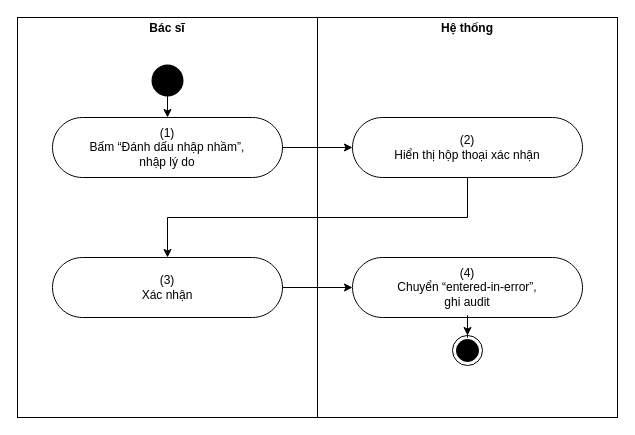
The draw.io diagram page "UC 31 Mark a document as entered in error" (4 of 4) of docs/02-requirements/srs/dist/diagrams/10-activity-documents.drawio in viethung12062005/smart-hospital-platform, before the edit. Source tidied: cells renumbered, new cells numbered last; positions are measured from the earlier drawing's top-left corner, leaving out a move shared by most shapes. Both pictures are drawn from the tidied source at 100%, with x=0, y=0 at pixel (17, 17).
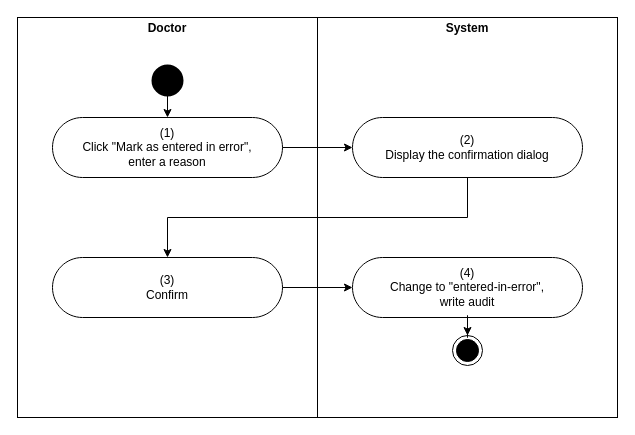
The same diagram, later.

The edit, as a diff of the source:
```diff
@@
 <mxGraphModel>
   <root>
     <mxCell id="0" />
     <mxCell id="1" parent="0" />
-    <mxCell id="2" value="&lt;p style=&quot;margin:0px;margin-top:4px;text-align:center&quot;&gt;&lt;b&gt;Bác sĩ&lt;/b&gt;&lt;/p&gt;" style="verticalAlign=top;align=left;overflow=fill;fontSize=12;fontFamily=Helvetica;html=1;rounded=0;shadow=0;strokeColor=#000000;gradientColor=none;whiteSpace=wrap;" parent="1" vertex="1">
+    <mxCell id="2" value="&lt;p style=&quot;margin:0px;margin-top:4px;text-align:center&quot;&gt;&lt;b&gt;Doctor&lt;/b&gt;&lt;/p&gt;" style="verticalAlign=top;align=left;overflow=fill;fontSize=12;fontFamily=Helvetica;html=1;rounded=0;shadow=0;strokeColor=#000000;gradientColor=none;whiteSpace=wrap;" parent="1" vertex="1">
       <mxGeometry width="300" height="400" as="geometry" />
     </mxCell>
-    <mxCell id="3" value="&lt;p style=&quot;margin:0px;margin-top:4px;text-align:center&quot;&gt;&lt;b&gt;Hệ thống&lt;/b&gt;&lt;/p&gt;" style="verticalAlign=top;align=left;overflow=fill;fontSize=12;fontFamily=Helvetica;html=1;rounded=0;shadow=0;strokeColor=#000000;gradientColor=none;whiteSpace=wrap;" parent="1" vertex="1">
+    <mxCell id="3" value="&lt;p style=&quot;margin:0px;margin-top:4px;text-align:center&quot;&gt;&lt;b&gt;System&lt;/b&gt;&lt;/p&gt;" style="verticalAlign=top;align=left;overflow=fill;fontSize=12;fontFamily=Helvetica;html=1;rounded=0;shadow=0;strokeColor=#000000;gradientColor=none;whiteSpace=wrap;" parent="1" vertex="1">
       <mxGeometry x="300" width="300" height="400" as="geometry" />
     </mxCell>
-    <mxCell id="4" value="(1)&lt;br&gt;Bấm “Đánh dấu nhập nhầm”,&lt;br&gt;nhập lý do" style="html=1;dashed=0;whitespace=wrap;shape=mxgraph.dfd.start;rounded=0;shadow=0;strokeColor=#000000;gradientColor=none;whiteSpace=wrap;fontSize=12;" parent="1" vertex="1">
+    <mxCell id="4" value="(1)&lt;br&gt;Click &amp;quot;Mark as entered in error&amp;quot;,&lt;br&gt;enter a reason" style="html=1;dashed=0;whitespace=wrap;shape=mxgraph.dfd.start;rounded=0;shadow=0;strokeColor=#000000;gradientColor=none;whiteSpace=wrap;fontSize=12;" parent="1" vertex="1">
       <mxGeometry x="35" y="100" width="230" height="60" as="geometry" />
     </mxCell>
-    <mxCell id="5" value="(2)&lt;br&gt;Hiển thị hộp thoại xác nhận" style="html=1;dashed=0;whitespace=wrap;shape=mxgraph.dfd.start;rounded=0;shadow=0;strokeColor=#000000;gradientColor=none;whiteSpace=wrap;fontSize=12;" parent="1" vertex="1">
+    <mxCell id="5" value="(2)&lt;br&gt;Display the confirmation dialog" style="html=1;dashed=0;whitespace=wrap;shape=mxgraph.dfd.start;rounded=0;shadow=0;strokeColor=#000000;gradientColor=none;whiteSpace=wrap;fontSize=12;" parent="1" vertex="1">
       <mxGeometry x="335" y="100" width="230" height="60" as="geometry" />
     </mxCell>
-    <mxCell id="6" value="(3)&lt;br&gt;Xác nhận" style="html=1;dashed=0;whitespace=wrap;shape=mxgraph.dfd.start;rounded=0;shadow=0;strokeColor=#000000;gradientColor=none;whiteSpace=wrap;fontSize=12;" parent="1" vertex="1">
+    <mxCell id="6" value="(3)&lt;br&gt;Confirm" style="html=1;dashed=0;whitespace=wrap;shape=mxgraph.dfd.start;rounded=0;shadow=0;strokeColor=#000000;gradientColor=none;whiteSpace=wrap;fontSize=12;" parent="1" vertex="1">
       <mxGeometry x="35" y="240" width="230" height="60" as="geometry" />
     </mxCell>
-    <mxCell id="7" value="(4)&lt;br&gt;Chuyển “entered-in-error”,&lt;br&gt;ghi audit" style="html=1;dashed=0;whitespace=wrap;shape=mxgraph.dfd.start;rounded=0;shadow=0;strokeColor=#000000;gradientColor=none;whiteSpace=wrap;fontSize=12;" parent="1" vertex="1">
+    <mxCell id="7" value="(4)&lt;br&gt;Change to &amp;quot;entered-in-error&amp;quot;,&lt;br&gt;write audit" style="html=1;dashed=0;whitespace=wrap;shape=mxgraph.dfd.start;rounded=0;shadow=0;strokeColor=#000000;gradientColor=none;whiteSpace=wrap;fontSize=12;" parent="1" vertex="1">
       <mxGeometry x="335" y="240" width="230" height="60" as="geometry" />
     </mxCell>
     <mxCell id="8" style="strokeWidth=2;html=1;shape=mxgraph.flowchart.start_2;whiteSpace=wrap;rounded=0;shadow=0;gradientColor=none;fillColor=#000000;" parent="1" vertex="1">
       <mxGeometry x="135" y="48" width="30" height="30" as="geometry" />
     </mxCell>
     <mxCell id="9" style="edgeStyle=orthogonalEdgeStyle;rounded=0;jettySize=auto;html=1;" parent="1" edge="1" source="8" target="4">
       <mxGeometry relative="1" as="geometry" />
     </mxCell>
     <mxCell id="10" style="edgeStyle=orthogonalEdgeStyle;rounded=0;jettySize=auto;html=1;" parent="1" edge="1" source="4" target="5">
       <mxGeometry relative="1" as="geometry" />
     </mxCell>
     <mxCell id="11" style="edgeStyle=orthogonalEdgeStyle;rounded=0;jettySize=auto;html=1;exitX=0.5;exitY=1;exitDx=0;exitDy=0;entryX=0.5;entryY=0;entryDx=0;entryDy=0;" parent="1" edge="1" source="5" target="6">
       <mxGeometry relative="1" as="geometry" />
     </mxCell>
     <mxCell id="12" style="edgeStyle=orthogonalEdgeStyle;rounded=0;jettySize=auto;html=1;" parent="1" edge="1" source="6" target="7">
       <mxGeometry relative="1" as="geometry" />
     </mxCell>
     <mxCell id="13" style="ellipse;html=1;shape=endState;fillColor=#000000;rounded=0;shadow=0;whiteSpace=wrap;" parent="1" vertex="1">
       <mxGeometry x="435" y="318" width="30" height="30" as="geometry" />
     </mxCell>
     <mxCell id="14" style="edgeStyle=orthogonalEdgeStyle;rounded=0;jettySize=auto;html=1;" parent="1" edge="1" source="7" target="13">
       <mxGeometry relative="1" as="geometry" />
     </mxCell>
   </root>
 </mxGraphModel>
```
